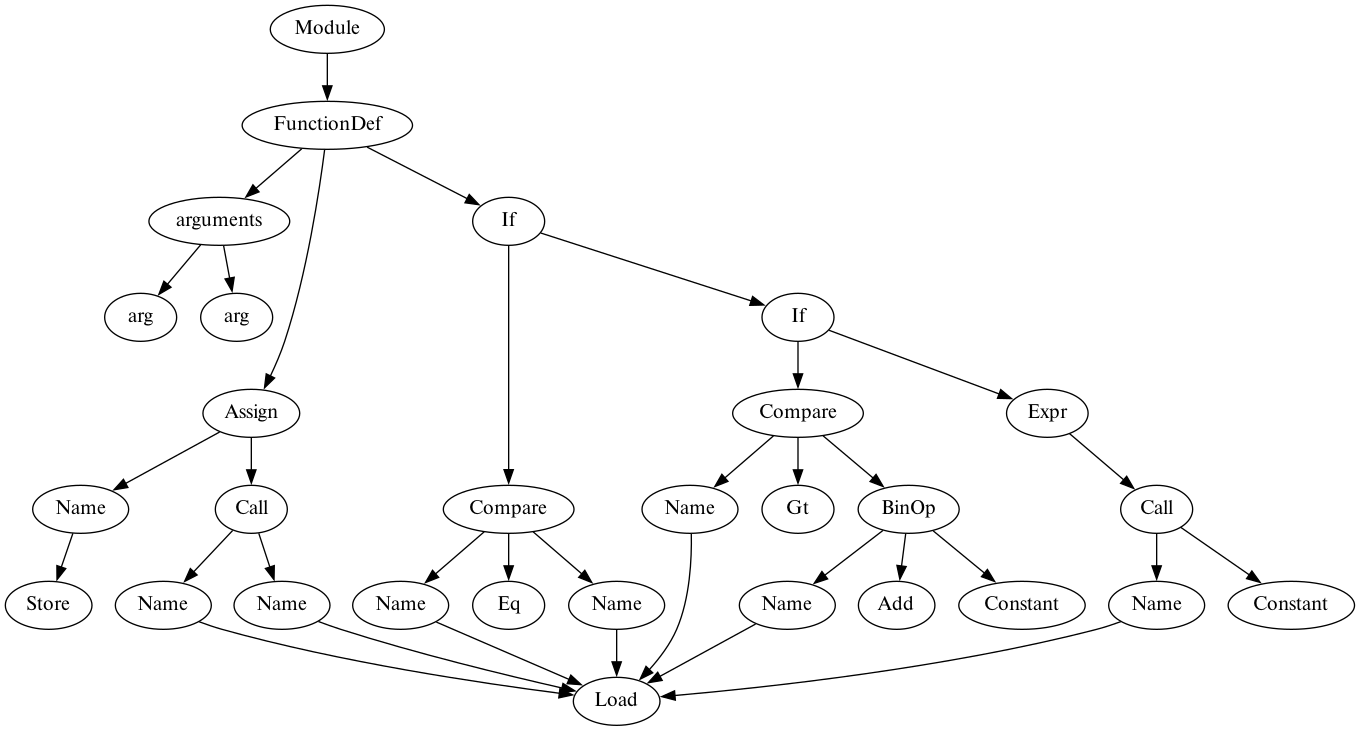
The Graphviz diagram DynamicAnalyzer/test.png in joannacss/sse-fa26, before a commit. Its source is kept beside it as DynamicAnalyzer/test.dot. Its diagram source:
```dot
digraph {
	4459053008 [label=Module]
	4459052944 [label=FunctionDef]
	4459053008 -> 4459052944
	4459052880 [label=arguments]
	4459052944 -> 4459052880
	4459052816 [label=arg]
	4459052880 -> 4459052816
	4459052752 [label=arg]
	4459052880 -> 4459052752
	4459052688 [label=Assign]
	4459052944 -> 4459052688
	4459052624 [label=Name]
	4459052688 -> 4459052624
	4458695312 [label=Store]
	4459052624 -> 4458695312
	4459052560 [label=Call]
	4459052688 -> 4459052560
	4459052496 [label=Name]
	4459052560 -> 4459052496
	4458695184 [label=Load]
	4459052496 -> 4458695184
	4459052368 [label=Name]
	4459052560 -> 4459052368
	4458695184 [label=Load]
	4459052368 -> 4458695184
	4459052240 [label=If]
	4459052944 -> 4459052240
	4459052176 [label=Compare]
	4459052240 -> 4459052176
	4459052112 [label=Name]
	4459052176 -> 4459052112
	4458695184 [label=Load]
	4459052112 -> 4458695184
	4458699280 [label=Eq]
	4459052176 -> 4458699280
	4459051920 [label=Name]
	4459052176 -> 4459051920
	4458695184 [label=Load]
	4459051920 -> 4458695184
	4459051728 [label=If]
	4459052240 -> 4459051728
	4459051664 [label=Compare]
	4459051728 -> 4459051664
	4459051600 [label=Name]
	4459051664 -> 4459051600
	4458695184 [label=Load]
	4459051600 -> 4458695184
	4458699792 [label=Gt]
	4459051664 -> 4458699792
	4459051536 [label=BinOp]
	4459051664 -> 4459051536
	4459051472 [label=Name]
	4459051536 -> 4459051472
	4458695184 [label=Load]
	4459051472 -> 4458695184
	4458696464 [label=Add]
	4459051536 -> 4458696464
	4459050768 [label=Constant]
	4459051536 -> 4459050768
	4458380112 [label=Expr]
	4459051728 -> 4458380112
	4458451216 [label=Call]
	4458380112 -> 4458451216
	4460054480 [label=Name]
	4458451216 -> 4460054480
	4458695184 [label=Load]
	4460054480 -> 4458695184
	4460054224 [label=Constant]
	4458451216 -> 4460054224
}
```
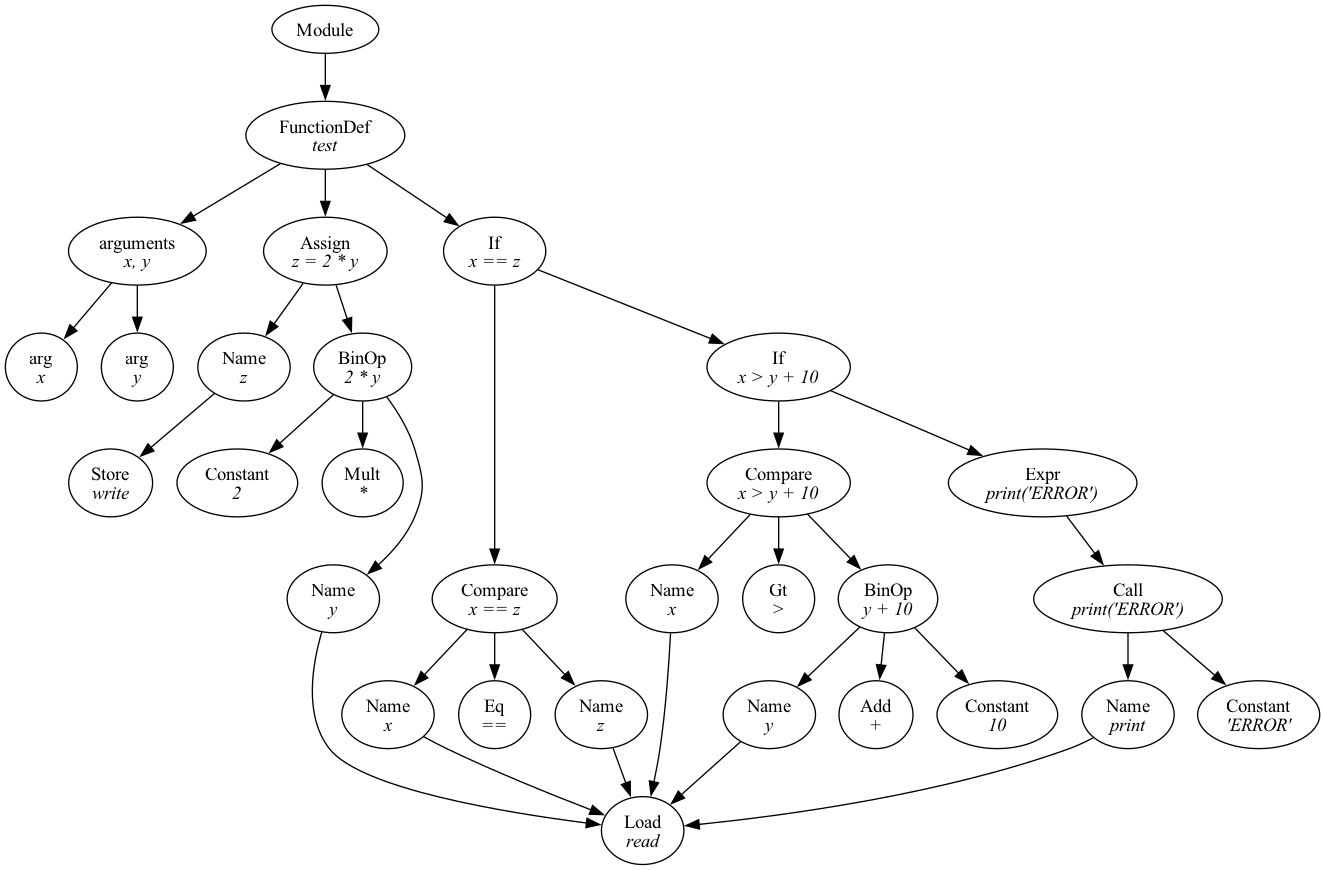
Later version of the same file.

Diff of the diagram source:
```diff
@@ -1,71 +1,71 @@
 digraph {
-	4459053008 [label=Module]
-	4459052944 [label=FunctionDef]
-	4459053008 -> 4459052944
-	4459052880 [label=arguments]
-	4459052944 -> 4459052880
-	4459052816 [label=arg]
-	4459052880 -> 4459052816
-	4459052752 [label=arg]
-	4459052880 -> 4459052752
-	4459052688 [label=Assign]
-	4459052944 -> 4459052688
-	4459052624 [label=Name]
-	4459052688 -> 4459052624
-	4458695312 [label=Store]
-	4459052624 -> 4458695312
-	4459052560 [label=Call]
-	4459052688 -> 4459052560
-	4459052496 [label=Name]
-	4459052560 -> 4459052496
-	4458695184 [label=Load]
-	4459052496 -> 4458695184
-	4459052368 [label=Name]
-	4459052560 -> 4459052368
-	4458695184 [label=Load]
-	4459052368 -> 4458695184
-	4459052240 [label=If]
-	4459052944 -> 4459052240
-	4459052176 [label=Compare]
-	4459052240 -> 4459052176
-	4459052112 [label=Name]
-	4459052176 -> 4459052112
-	4458695184 [label=Load]
-	4459052112 -> 4458695184
-	4458699280 [label=Eq]
-	4459052176 -> 4458699280
-	4459051920 [label=Name]
-	4459052176 -> 4459051920
-	4458695184 [label=Load]
-	4459051920 -> 4458695184
-	4459051728 [label=If]
-	4459052240 -> 4459051728
-	4459051664 [label=Compare]
-	4459051728 -> 4459051664
-	4459051600 [label=Name]
-	4459051664 -> 4459051600
-	4458695184 [label=Load]
-	4459051600 -> 4458695184
-	4458699792 [label=Gt]
-	4459051664 -> 4458699792
-	4459051536 [label=BinOp]
-	4459051664 -> 4459051536
-	4459051472 [label=Name]
-	4459051536 -> 4459051472
-	4458695184 [label=Load]
-	4459051472 -> 4458695184
-	4458696464 [label=Add]
-	4459051536 -> 4458696464
-	4459050768 [label=Constant]
-	4459051536 -> 4459050768
-	4458380112 [label=Expr]
-	4459051728 -> 4458380112
-	4458451216 [label=Call]
-	4458380112 -> 4458451216
-	4460054480 [label=Name]
-	4458451216 -> 4460054480
-	4458695184 [label=Load]
-	4460054480 -> 4458695184
-	4460054224 [label=Constant]
-	4458451216 -> 4460054224
+	4560971984 [label=Module]
+	4560064592 [label=<FunctionDef<BR/><I>test</I>>]
+	4560971984 -> 4560064592
+	4566149136 [label=<arguments<BR/><I>x, y</I>>]
+	4560064592 -> 4566149136
+	4566149200 [label=<arg<BR/><I>x</I>>]
+	4566149136 -> 4566149200
+	4566149264 [label=<arg<BR/><I>y</I>>]
+	4566149136 -> 4566149264
+	4486181904 [label=<Assign<BR/><I>z = 2 * y</I>>]
+	4560064592 -> 4486181904
+	4517020176 [label=<Name<BR/><I>z</I>>]
+	4486181904 -> 4517020176
+	4376338576 [label=<Store<BR/><I>write</I>>]
+	4517020176 -> 4376338576
+	4566149328 [label=<BinOp<BR/><I>2 * y</I>>]
+	4486181904 -> 4566149328
+	4566149392 [label=<Constant<BR/><I>2</I>>]
+	4566149328 -> 4566149392
+	4376339984 [label=<Mult<BR/><I>*</I>>]
+	4566149328 -> 4376339984
+	4566149456 [label=<Name<BR/><I>y</I>>]
+	4566149328 -> 4566149456
+	4376338448 [label=<Load<BR/><I>read</I>>]
+	4566149456 -> 4376338448
+	4566149520 [label=<If<BR/><I>x == z</I>>]
+	4560064592 -> 4566149520
+	4566149584 [label=<Compare<BR/><I>x == z</I>>]
+	4566149520 -> 4566149584
+	4566149648 [label=<Name<BR/><I>x</I>>]
+	4566149584 -> 4566149648
+	4376338448 [label=<Load<BR/><I>read</I>>]
+	4566149648 -> 4376338448
+	4376342544 [label=<Eq<BR/><I>==</I>>]
+	4566149584 -> 4376342544
+	4566149712 [label=<Name<BR/><I>z</I>>]
+	4566149584 -> 4566149712
+	4376338448 [label=<Load<BR/><I>read</I>>]
+	4566149712 -> 4376338448
+	4566149776 [label=<If<BR/><I>x &gt; y + 10</I>>]
+	4566149520 -> 4566149776
+	4566149840 [label=<Compare<BR/><I>x &gt; y + 10</I>>]
+	4566149776 -> 4566149840
+	4566149904 [label=<Name<BR/><I>x</I>>]
+	4566149840 -> 4566149904
+	4376338448 [label=<Load<BR/><I>read</I>>]
+	4566149904 -> 4376338448
+	4376343056 [label=<Gt<BR/><I>&gt;</I>>]
+	4566149840 -> 4376343056
+	4566149968 [label=<BinOp<BR/><I>y + 10</I>>]
+	4566149840 -> 4566149968
+	4566150032 [label=<Name<BR/><I>y</I>>]
+	4566149968 -> 4566150032
+	4376338448 [label=<Load<BR/><I>read</I>>]
+	4566150032 -> 4376338448
+	4376339728 [label=<Add<BR/><I>+</I>>]
+	4566149968 -> 4376339728
+	4566150096 [label=<Constant<BR/><I>10</I>>]
+	4566149968 -> 4566150096
+	4566150160 [label=<Expr<BR/><I>print(&#x27;ERROR&#x27;)</I>>]
+	4566149776 -> 4566150160
+	4566150224 [label=<Call<BR/><I>print(&#x27;ERROR&#x27;)</I>>]
+	4566150160 -> 4566150224
+	4566150288 [label=<Name<BR/><I>print</I>>]
+	4566150224 -> 4566150288
+	4376338448 [label=<Load<BR/><I>read</I>>]
+	4566150288 -> 4376338448
+	4566150352 [label=<Constant<BR/><I>&#x27;ERROR&#x27;</I>>]
+	4566150224 -> 4566150352
 }
```
